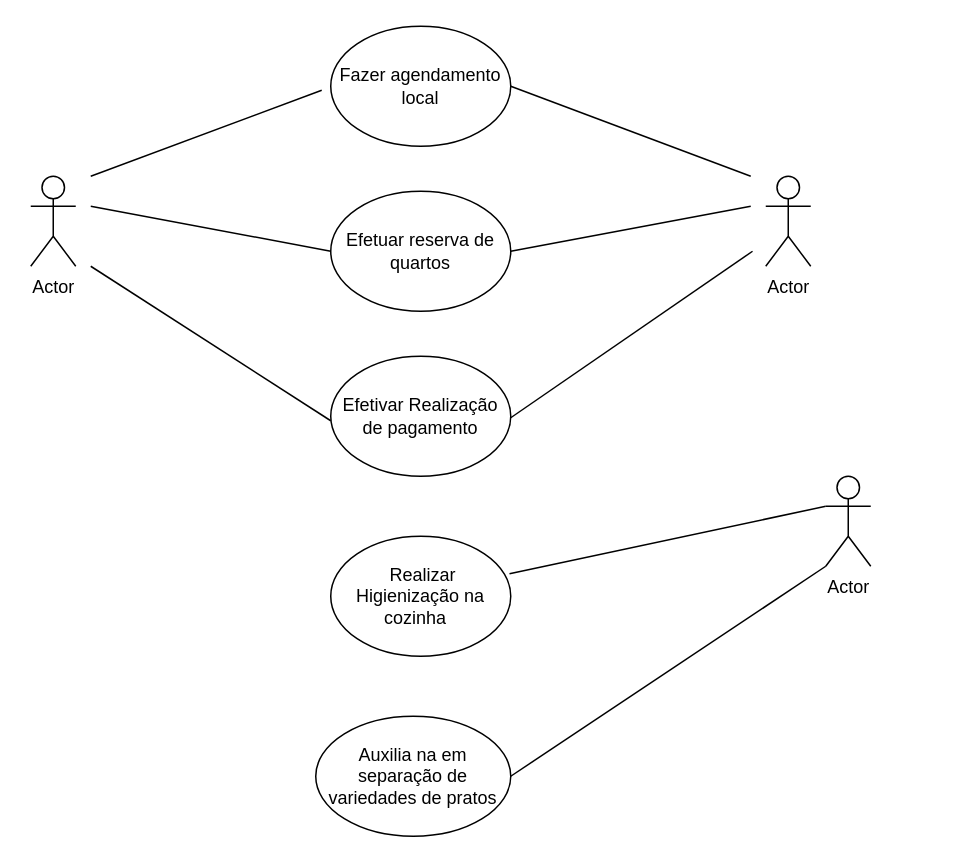
The draw.io diagram page "pagina3" (3 of 5) of Diagrama sem nome.drawio in helio0278/diagramasderequisitos, before the edit. Source tidied: cells renumbered, new cells numbered last; positions are measured from the earlier drawing's top-left corner, leaving out a move shared by most shapes. Both pictures are drawn from the tidied source at 150%, with x=0, y=0 at pixel (30, 26).
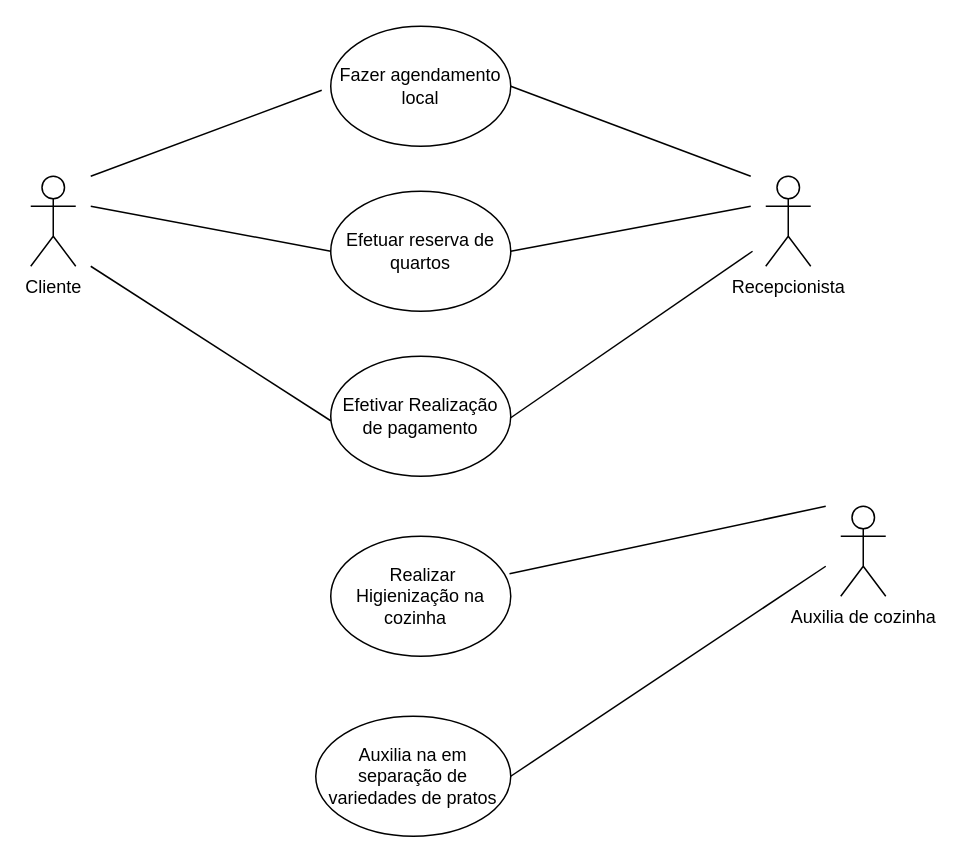
The same diagram, later.

Change to the diagram source:
```diff
@@
-    <mxCell id="2" value="Actor" style="shape=umlActor;verticalLabelPosition=bottom;verticalAlign=top;html=1;" parent="1" vertex="1">
+    <mxCell id="2" value="Cliente" style="shape=umlActor;verticalLabelPosition=bottom;verticalAlign=top;html=1;" parent="1" vertex="1">
       <mxGeometry y="100" width="30" height="60" as="geometry" />
     </mxCell>
-    <mxCell id="3" value="Actor" style="shape=umlActor;verticalLabelPosition=bottom;verticalAlign=top;html=1;" parent="1" vertex="1">
+    <mxCell id="3" value="Recepcionista" style="shape=umlActor;verticalLabelPosition=bottom;verticalAlign=top;html=1;" parent="1" vertex="1">
       <mxGeometry x="490" y="100" width="30" height="60" as="geometry" />
     </mxCell>
-    <mxCell id="4" value="Actor" style="shape=umlActor;verticalLabelPosition=bottom;verticalAlign=top;html=1;" parent="1" vertex="1">
-      <mxGeometry x="530" y="300" width="30" height="60" as="geometry" />
+    <mxCell id="4" value="Auxilia de cozinha" style="shape=umlActor;verticalLabelPosition=bottom;verticalAlign=top;html=1;" parent="1" vertex="1">
+      <mxGeometry x="540" y="320" width="30" height="60" as="geometry" />
     </mxCell>
```
